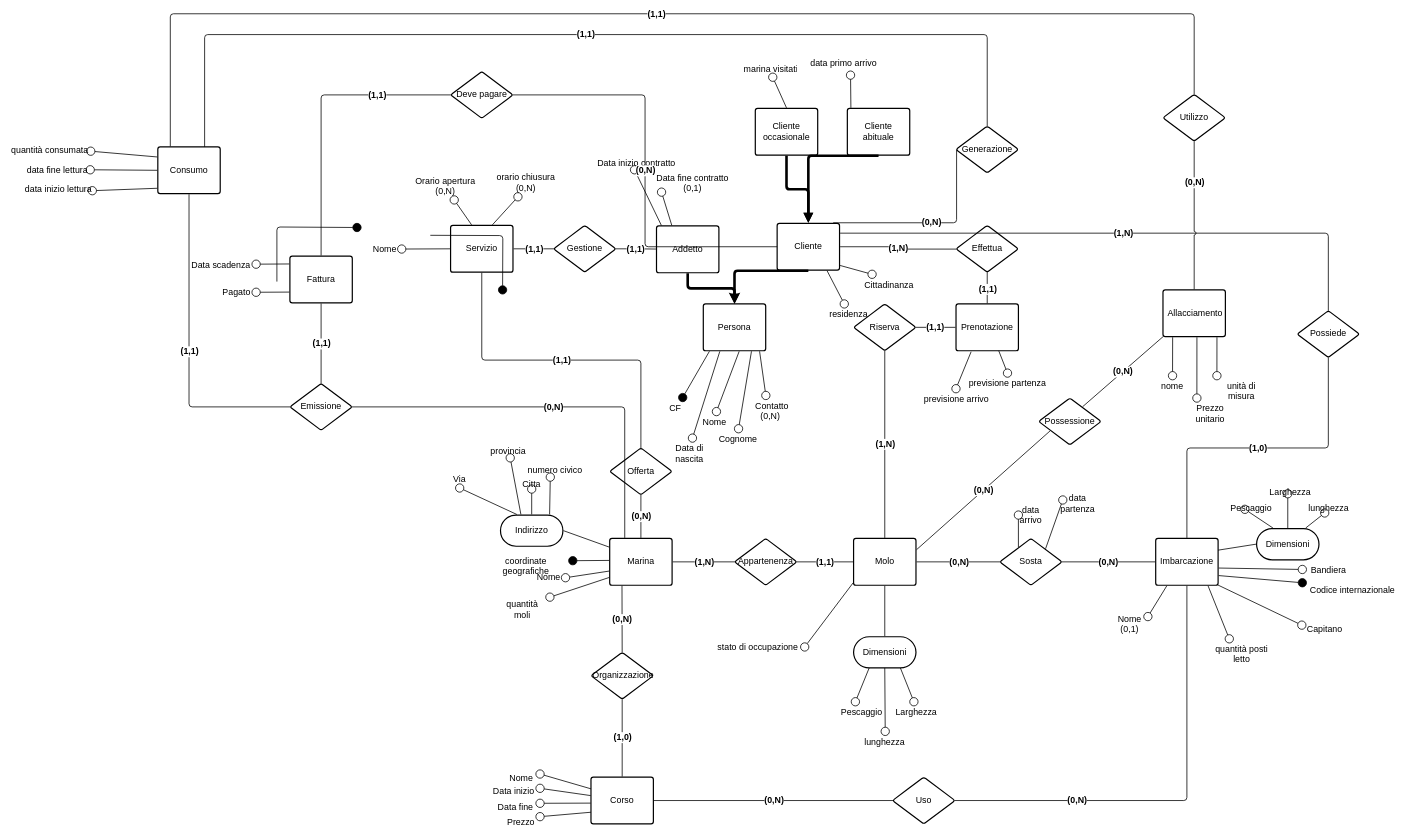
The draw.io diagram page "Concettuale" (1 of 3) of src_relazione_tex/Er.drawio in alessandro-massarenti/Progetto-basi-di-dati-2022, before the edit. Source tidied: cells renumbered, new cells numbered last; positions are measured from the earlier drawing's top-left corner, leaving out a move shared by most shapes. Both pictures are drawn from the tidied source at 52%, with x=0, y=0 at pixel (9, 14).
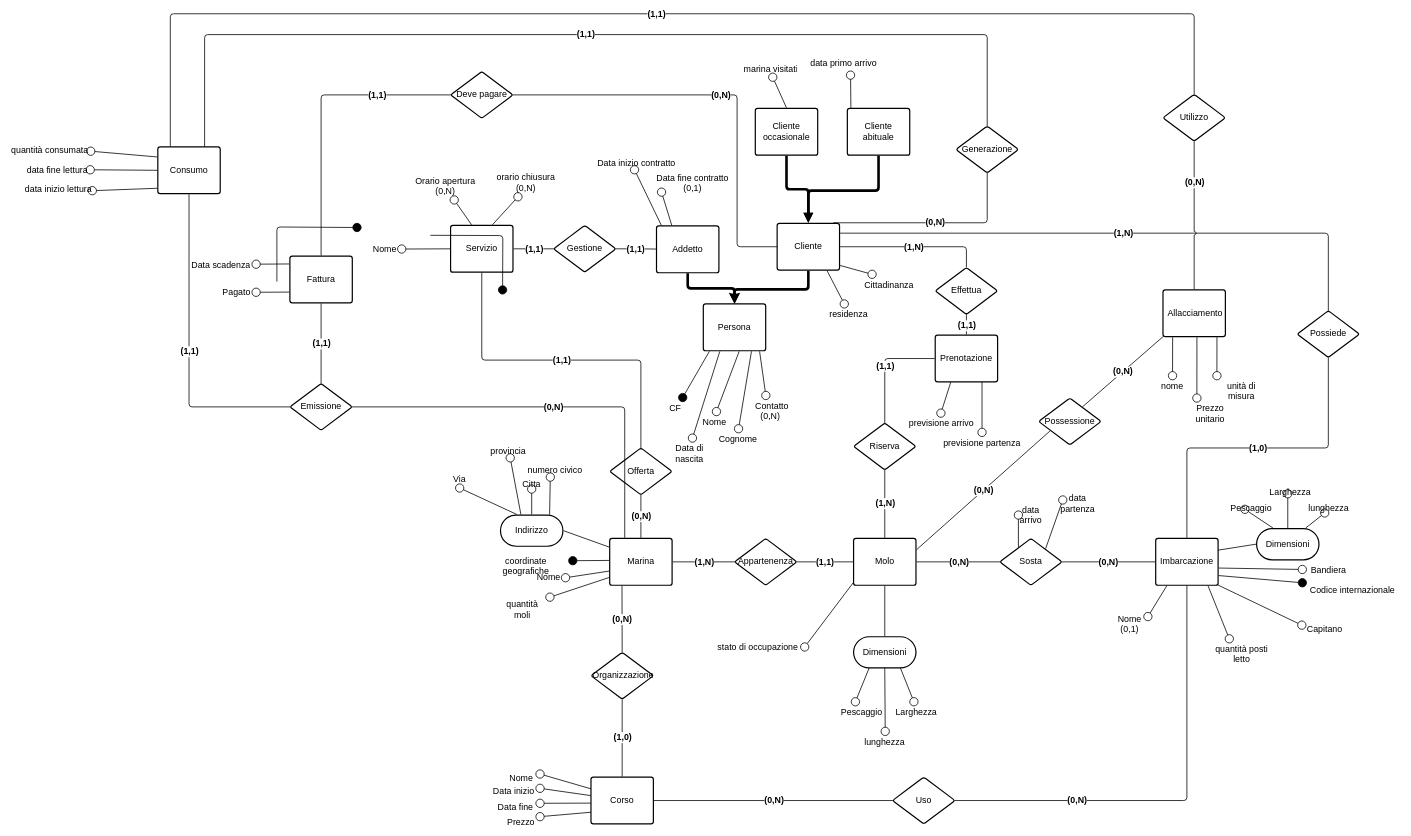
After the change.

Unchanged cells that the change refers to:
```xml
<mxCell id="45" value="Cliente" style="html=1;overflow=block;blockSpacing=1;whiteSpace=wrap;fontSize=17;fontColor=#000000;spacing=9;strokeColor=#000000;strokeOpacity=100;rounded=1;absoluteArcSize=1;arcSize=9;strokeWidth=2.3;" parent="1" vertex="1">
  <mxGeometry x="1477" y="403" width="120" height="90" as="geometry" />
</mxCell>
<mxCell id="49" value="Persona" style="html=1;overflow=block;blockSpacing=1;whiteSpace=wrap;fontSize=17;fontColor=#000000;spacing=9;strokeColor=#000000;strokeOpacity=100;rounded=1;absoluteArcSize=1;arcSize=9;strokeWidth=2.3;" parent="1" vertex="1">
  <mxGeometry x="1335" y="558" width="120" height="90" as="geometry" />
</mxCell>
<mxCell id="145" value="Cliente abituale" style="html=1;overflow=block;blockSpacing=1;whiteSpace=wrap;fontSize=17;fontColor=#000000;spacing=9;strokeColor=#000000;strokeOpacity=100;rounded=1;absoluteArcSize=1;arcSize=9;strokeWidth=2.3;" parent="1" vertex="1">
  <mxGeometry x="1612" y="182" width="120" height="90" as="geometry" />
</mxCell>
<mxCell id="172" value="Deve pagare" style="html=1;overflow=block;blockSpacing=1;whiteSpace=wrap;rhombus;fontSize=17;fontColor=#000000;spacing=3.8;strokeColor=#000000;strokeOpacity=100;rounded=1;absoluteArcSize=1;arcSize=9;strokeWidth=2.3;" parent="1" vertex="1">
  <mxGeometry x="849" y="111" width="120" height="90" as="geometry" />
</mxCell>
<mxCell id="181" value="Generazione" style="html=1;overflow=block;blockSpacing=1;whiteSpace=wrap;rhombus;fontSize=17;fontColor=#000000;spacing=3.8;strokeColor=#000000;strokeOpacity=100;rounded=1;absoluteArcSize=1;arcSize=9;strokeWidth=2.3;" parent="1" vertex="1">
  <mxGeometry x="1821" y="216" width="120" height="90" as="geometry" />
</mxCell>
```

Change to the diagram source:
```diff
@@
     <mxCell id="5" value="previsione partenza" style="html=1;overflow=block;blockSpacing=1;whiteSpace=wrap;fontSize=17;fontColor=#000000;spacing=10;fillColor=none;strokeWidth=1.5;strokeColor=none;" parent="1" vertex="1">
-      <mxGeometry x="1830" y="691" width="180" height="30" as="geometry" />
+      <mxGeometry x="1781" y="805" width="180" height="30" as="geometry" />
     </mxCell>
@@
     <mxCell id="23" value="previsione arrivo" style="html=1;overflow=block;blockSpacing=1;whiteSpace=wrap;fontSize=17;fontColor=#000000;spacing=10;fillColor=none;strokeWidth=1.5;strokeColor=none;" parent="1" vertex="1">
-      <mxGeometry x="1732" y="721" width="180" height="30" as="geometry" />
+      <mxGeometry x="1703" y="768" width="180" height="30" as="geometry" />
     </mxCell>
@@
     <mxCell id="51" style="html=1;jettySize=18;whiteSpace=wrap;fontSize=17;strokeColor=#000000;strokeWidth=5;rounded=1;arcSize=12;edgeStyle=orthogonalEdgeStyle;startArrow=none;endArrow=block;endFill=1;exitX=0.5;exitY=1.012;exitPerimeter=0;entryX=0.5;entryY=-0.012;entryPerimeter=0;" parent="1" edge="1" source="45" target="49">
-      <mxGeometry relative="1" as="geometry" />
+      <mxGeometry relative="1" as="geometry">
+        <Array as="points">
+          <mxPoint x="1537" y="530" />
+          <mxPoint x="1395" y="530" />
+        </Array>
+      </mxGeometry>
     </mxCell>
@@
-    <mxCell id="81" style="html=1;jettySize=18;whiteSpace=wrap;fontSize=17;strokeColor=#000000;strokeWidth=1.5;rounded=1;arcSize=12;startArrow=none;endArrow=oval;endFill=0;endSize=16;entryX=0.494;entryY=0;entryPerimeter=0;" parent="1" edge="1" target="23">
-      <mxGeometry relative="1" as="geometry">
-        <mxPoint x="1850" y="650" as="sourcePoint" />
-      </mxGeometry>
+    <mxCell id="81" style="html=1;jettySize=18;whiteSpace=wrap;fontSize=17;strokeColor=#000000;strokeWidth=1.5;rounded=1;arcSize=12;startArrow=none;endArrow=oval;endFill=0;endSize=16;entryX=0.494;entryY=0;entryPerimeter=0;exitX=0.25;exitY=1;exitDx=0;exitDy=0;" parent="1" edge="1" source="153" target="23">
+      <mxGeometry relative="1" as="geometry" />
     </mxCell>
-    <mxCell id="82" style="html=1;jettySize=18;whiteSpace=wrap;fontSize=17;strokeColor=#000000;strokeWidth=1.5;rounded=1;arcSize=12;startArrow=none;endArrow=oval;endFill=0;endSize=16;entryX=0.5;entryY=0;entryDx=0;entryDy=0;" parent="1" edge="1" target="5">
-      <mxGeometry relative="1" as="geometry">
-        <mxPoint x="1900" y="640" as="sourcePoint" />
-      </mxGeometry>
+    <mxCell id="82" style="html=1;jettySize=18;whiteSpace=wrap;fontSize=17;strokeColor=#000000;strokeWidth=1.5;rounded=1;arcSize=12;startArrow=none;endArrow=oval;endFill=0;endSize=16;entryX=0.5;entryY=0;entryDx=0;entryDy=0;exitX=0.75;exitY=1;exitDx=0;exitDy=0;" parent="1" edge="1" source="153" target="5">
+      <mxGeometry relative="1" as="geometry" />
     </mxCell>
-    <mxCell id="83" style="html=1;jettySize=18;whiteSpace=wrap;fontSize=17;strokeColor=#000000;strokeWidth=1.5;rounded=1;arcSize=12;edgeStyle=orthogonalEdgeStyle;startArrow=none;endArrow=none;exitX=1.009;exitY=0.5;exitPerimeter=0;entryX=0.01;entryY=0.506;entryPerimeter=0;" parent="1" edge="1" source="45" target="154">
+    <mxCell id="83" style="html=1;jettySize=18;whiteSpace=wrap;fontSize=17;strokeColor=#000000;strokeWidth=1.5;rounded=1;arcSize=12;edgeStyle=orthogonalEdgeStyle;startArrow=none;endArrow=none;exitX=1.009;exitY=0.5;exitPerimeter=0;entryX=0.5;entryY=0;entryDx=0;entryDy=0;" parent="1" edge="1" source="45" target="154">
       <mxGeometry relative="1" as="geometry" />
     </mxCell>
@@
     <mxCell id="148" style="html=1;jettySize=18;whiteSpace=wrap;fontSize=17;strokeColor=#000000;strokeWidth=5;rounded=1;arcSize=12;edgeStyle=orthogonalEdgeStyle;startArrow=none;endArrow=block;endFill=1;exitX=0.5;exitY=1.012;exitPerimeter=0;entryX=0.5;entryY=-0.012;entryPerimeter=0;" parent="1" edge="1" source="145" target="45">
-      <mxGeometry relative="1" as="geometry" />
+      <mxGeometry relative="1" as="geometry">
+        <Array as="points">
+          <mxPoint x="1672" y="340" />
+          <mxPoint x="1537" y="340" />
+        </Array>
+      </mxGeometry>
     </mxCell>
@@
     <mxCell id="153" value="Prenotazione" style="html=1;overflow=block;blockSpacing=1;whiteSpace=wrap;fontSize=17;fontColor=#000000;spacing=9;strokeColor=#000000;strokeOpacity=100;rounded=1;absoluteArcSize=1;arcSize=9;strokeWidth=2.3;" parent="1" vertex="1">
-      <mxGeometry x="1821" y="558" width="120" height="90" as="geometry" />
+      <mxGeometry x="1781" y="618" width="120" height="90" as="geometry" />
     </mxCell>
     <mxCell id="154" value="Effettua" style="html=1;overflow=block;blockSpacing=1;whiteSpace=wrap;rhombus;fontSize=17;fontColor=#000000;spacing=3.8;strokeColor=#000000;strokeOpacity=100;rounded=1;absoluteArcSize=1;arcSize=9;strokeWidth=2.3;" parent="1" vertex="1">
-      <mxGeometry x="1821" y="407" width="120" height="90" as="geometry" />
+      <mxGeometry x="1781" y="488" width="120" height="90" as="geometry" />
     </mxCell>
@@
     <mxCell id="157" value="Riserva" style="html=1;overflow=block;blockSpacing=1;whiteSpace=wrap;rhombus;fontSize=17;fontColor=#000000;spacing=3.8;strokeColor=#000000;strokeOpacity=100;rounded=1;absoluteArcSize=1;arcSize=9;strokeWidth=2.3;" parent="1" vertex="1">
-      <mxGeometry x="1624" y="558" width="120" height="90" as="geometry" />
+      <mxGeometry x="1624" y="787" width="120" height="90" as="geometry" />
     </mxCell>
-    <mxCell id="158" style="html=1;jettySize=18;whiteSpace=wrap;fontSize=17;strokeColor=#000000;strokeWidth=1.5;rounded=1;arcSize=12;edgeStyle=orthogonalEdgeStyle;startArrow=none;endArrow=none;exitX=-0.009;exitY=0.5;exitPerimeter=0;entryX=0.991;entryY=0.5;entryPerimeter=0;" parent="1" edge="1" source="153" target="157">
+    <mxCell id="158" style="html=1;jettySize=18;whiteSpace=wrap;fontSize=17;strokeColor=#000000;strokeWidth=1.5;rounded=1;arcSize=12;edgeStyle=orthogonalEdgeStyle;startArrow=none;endArrow=none;exitX=-0.009;exitY=0.5;exitPerimeter=0;entryX=0.5;entryY=0;entryDx=0;entryDy=0;" parent="1" edge="1" source="153" target="157">
       <mxGeometry relative="1" as="geometry" />
     </mxCell>
@@
     <mxCell id="175" style="html=1;jettySize=18;whiteSpace=wrap;fontSize=17;fontColor=#000000;fontStyle=1;strokeColor=#000000;strokeWidth=1.5;rounded=1;arcSize=12;edgeStyle=orthogonalEdgeStyle;startArrow=none;endArrow=none;exitX=0.991;exitY=0.5;exitPerimeter=0;entryX=0;entryY=0.5;entryDx=0;entryDy=0;" parent="1" edge="1" source="172" target="45">
-      <mxGeometry relative="1" as="geometry" />
+      <mxGeometry relative="1" as="geometry">
+        <Array as="points">
+          <mxPoint x="1400" y="156" />
+          <mxPoint x="1400" y="448" />
+        </Array>
+      </mxGeometry>
     </mxCell>
@@
-    <mxCell id="182" style="html=1;jettySize=18;whiteSpace=wrap;fontSize=17;strokeColor=#000000;strokeWidth=1.5;rounded=1;arcSize=12;edgeStyle=orthogonalEdgeStyle;startArrow=none;endArrow=none;exitX=0.898;exitY=-0.012;exitPerimeter=0;entryX=0.009;entryY=0.5;entryPerimeter=0;" parent="1" edge="1" source="45" target="181">
+    <mxCell id="182" style="html=1;jettySize=18;whiteSpace=wrap;fontSize=17;strokeColor=#000000;strokeWidth=1.5;rounded=1;arcSize=12;edgeStyle=orthogonalEdgeStyle;startArrow=none;endArrow=none;exitX=0.898;exitY=-0.012;exitPerimeter=0;entryX=0.5;entryY=1;entryDx=0;entryDy=0;" parent="1" edge="1" source="45" target="181">
       <mxGeometry relative="1" as="geometry" />
     </mxCell>
```
